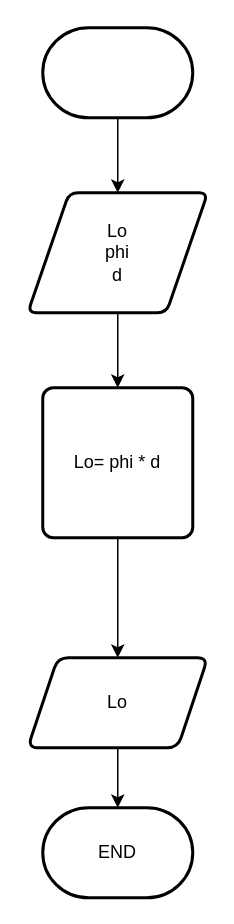
Earlier version of the draw.io diagram Luas Lingkaran.drawio (Vanvill027/Algo_B_23241075_2). Source tidied: cells renumbered, new cells numbered last; positions are measured from the earlier drawing's top-left corner, leaving out a move shared by most shapes. Both pictures are drawn from the tidied source at 150%, with x=0, y=0 at pixel (27, 27).
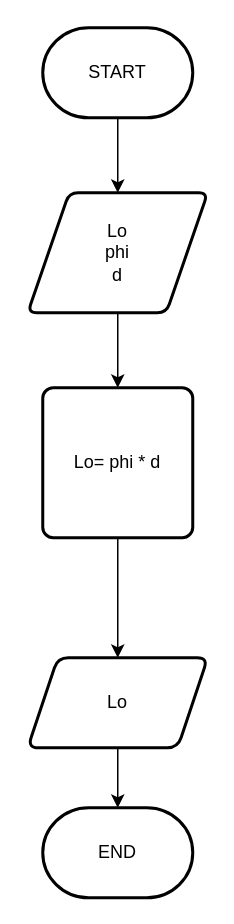
The same diagram, later.

Diff of the diagram source:
```diff
@@
 <mxGraphModel>
   <root>
     <mxCell id="0" />
     <mxCell id="1" parent="0" />
     <mxCell id="2" style="edgeStyle=orthogonalEdgeStyle;rounded=0;jettySize=auto;html=1;" parent="1" edge="1" source="3" target="5">
       <mxGeometry relative="1" as="geometry" />
     </mxCell>
     <mxCell id="3" value="Lo&lt;br&gt;phi&lt;br&gt;d" style="shape=parallelogram;html=1;strokeWidth=2;perimeter=parallelogramPerimeter;whiteSpace=wrap;rounded=1;arcSize=12;size=0.23;" parent="1" vertex="1">
       <mxGeometry y="110" width="120" height="80" as="geometry" />
     </mxCell>
     <mxCell id="4" style="edgeStyle=orthogonalEdgeStyle;rounded=0;jettySize=auto;html=1;" parent="1" edge="1" source="5" target="6">
       <mxGeometry relative="1" as="geometry" />
     </mxCell>
     <mxCell id="5" value="Lo= phi * d" style="rounded=1;whiteSpace=wrap;html=1;absoluteArcSize=1;arcSize=14;strokeWidth=2;" parent="1" vertex="1">
       <mxGeometry x="10" y="240" width="100" height="100" as="geometry" />
     </mxCell>
     <mxCell id="6" value="Lo" style="shape=parallelogram;perimeter=parallelogramPerimeter;whiteSpace=wrap;html=1;fixedSize=1;rounded=1;arcSize=14;strokeWidth=2;" parent="1" vertex="1">
       <mxGeometry y="420" width="120" height="60" as="geometry" />
     </mxCell>
     <mxCell id="7" value="END" style="strokeWidth=2;html=1;shape=mxgraph.flowchart.terminator;whiteSpace=wrap;" parent="1" vertex="1">
       <mxGeometry x="10" y="520" width="100" height="60" as="geometry" />
     </mxCell>
     <mxCell id="8" style="edgeStyle=orthogonalEdgeStyle;rounded=0;jettySize=auto;html=1;exitX=0.5;exitY=1;exitDx=0;exitDy=0;entryX=0.5;entryY=0;entryDx=0;entryDy=0;entryPerimeter=0;" parent="1" edge="1" source="6" target="7">
       <mxGeometry relative="1" as="geometry" />
     </mxCell>
     <mxCell id="9" style="edgeStyle=orthogonalEdgeStyle;rounded=0;jettySize=auto;html=1;" parent="1" edge="1" source="10" target="3">
       <mxGeometry relative="1" as="geometry" />
     </mxCell>
-    <mxCell id="10" style="strokeWidth=2;html=1;shape=mxgraph.flowchart.terminator;whiteSpace=wrap;" parent="1" vertex="1">
+    <mxCell id="10" value="START" style="strokeWidth=2;html=1;shape=mxgraph.flowchart.terminator;whiteSpace=wrap;" parent="1" vertex="1">
       <mxGeometry x="10" width="100" height="60" as="geometry" />
     </mxCell>
   </root>
 </mxGraphModel>
```
